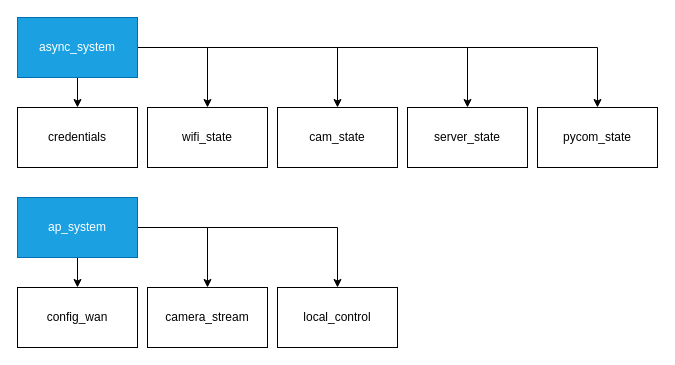
Before: design_files/asmon2021.drawio in marsex/workbench, a draw.io diagram. Source tidied: cells renumbered, new cells numbered last; positions are measured from the earlier drawing's top-left corner, leaving out a move shared by most shapes. Both pictures are drawn from the tidied source at 100%, with x=0, y=0 at pixel (17, 17).
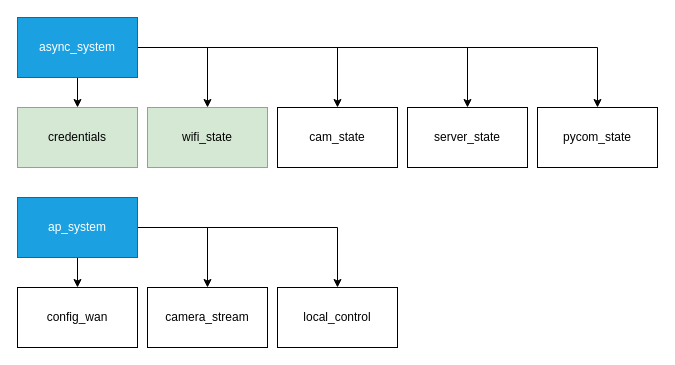
The same diagram, later.

Diff of the diagram source:
```diff
@@
-    <mxCell id="11" value="credentials" style="rounded=0;whiteSpace=wrap;html=1;" parent="1" vertex="1">
+    <mxCell id="11" value="credentials" style="rounded=0;whiteSpace=wrap;html=1;fillColor=#d5e8d4;strokeColor=#82b366;" parent="1" vertex="1">
       <mxGeometry y="90" width="120" height="60" as="geometry" />
     </mxCell>
-    <mxCell id="12" value="wifi_state" style="rounded=0;whiteSpace=wrap;html=1;" parent="1" vertex="1">
+    <mxCell id="12" value="wifi_state" style="rounded=0;whiteSpace=wrap;html=1;fillColor=#d5e8d4;strokeColor=#82b366;" parent="1" vertex="1">
       <mxGeometry x="130" y="90" width="120" height="60" as="geometry" />
     </mxCell>
```
